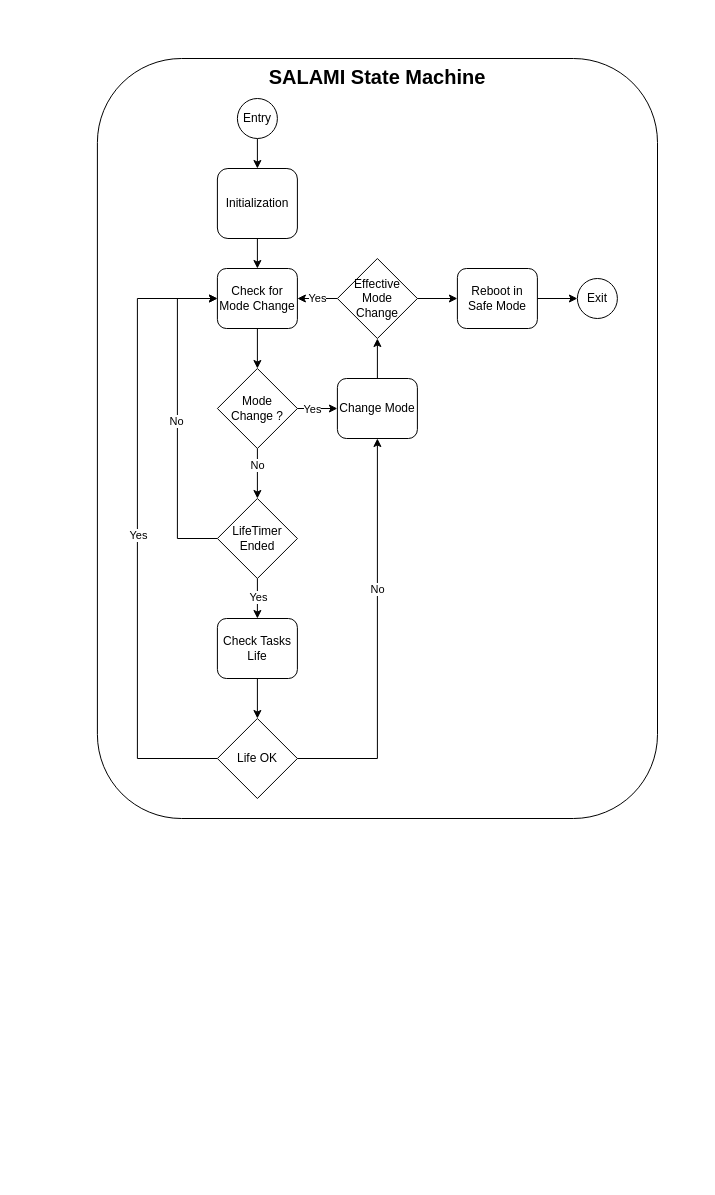
Earlier version of the draw.io diagram doc/images/SALAMI_State_Machine.drawio (TOLOSAT/flight-software). Source tidied: cells renumbered, new cells numbered last; positions are measured from the earlier drawing's top-left corner, leaving out a move shared by most shapes. Both pictures are drawn from the tidied source at 100%, with x=0, y=0 at pixel (97, 58).
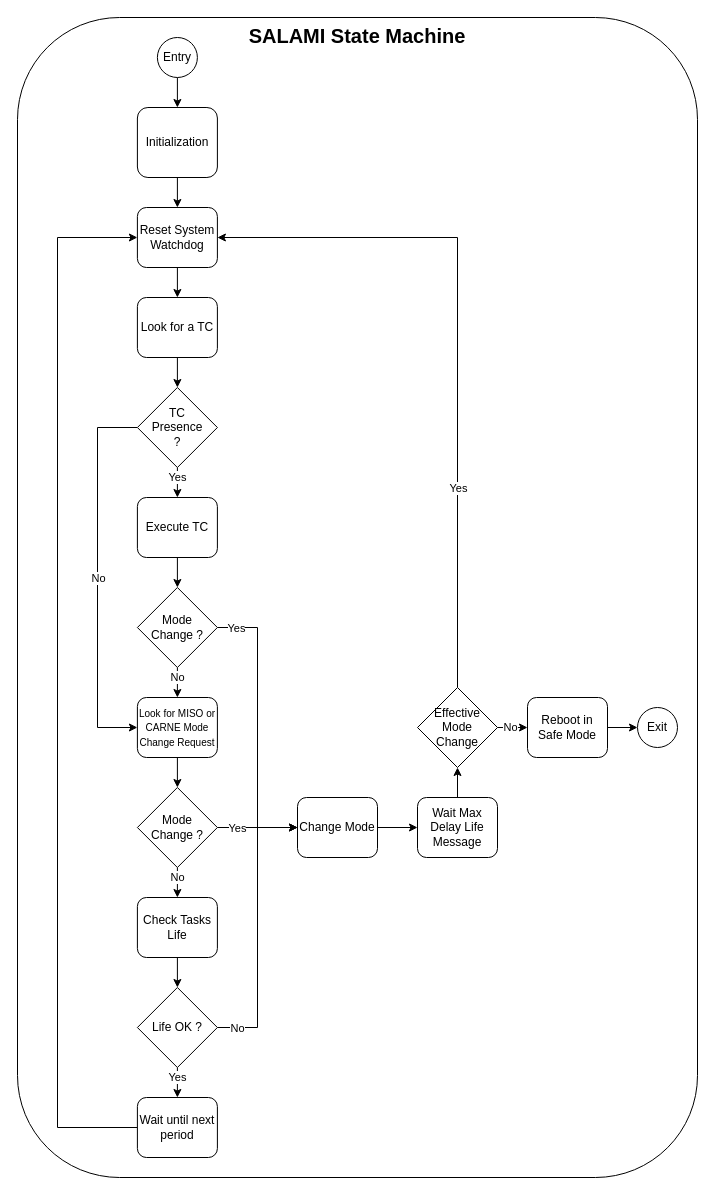
After the change.

Commit message (it also covers changes not shown here):
Add documentation for SALAMI and change life message management

The change refers to these unchanged cells:
```xml
<mxCell id="27" style="edgeStyle=orthogonalEdgeStyle;rounded=0;jettySize=auto;html=1;exitX=1;exitY=0.5;exitDx=0;exitDy=0;entryX=0;entryY=0.5;entryDx=0;entryDy=0;" parent="1" edge="1" source="28" target="30">
  <mxGeometry relative="1" as="geometry" />
</mxCell>
```

Diff of the diagram source:
```diff
@@
     <mxCell id="2" value="&lt;font style=&quot;font-size: 20px;&quot;&gt;&lt;b&gt;SALAMI State Machine&lt;/b&gt;&lt;/font&gt;" style="rounded=1;whiteSpace=wrap;html=1;verticalAlign=top;" parent="1" vertex="1">
-      <mxGeometry x="-0.1" width="560.1" height="760" as="geometry" />
+      <mxGeometry x="-80" y="-41" width="680" height="1160" as="geometry" />
     </mxCell>
-    <mxCell id="3" style="edgeStyle=orthogonalEdgeStyle;rounded=0;jettySize=auto;html=1;exitX=0.5;exitY=1;exitDx=0;exitDy=0;entryX=0.5;entryY=0;entryDx=0;entryDy=0;" parent="1" edge="1" source="4" target="6">
-      <mxGeometry relative="1" as="geometry" />
-    </mxCell>
+    <mxCell id="34" style="edgeStyle=orthogonalEdgeStyle;rounded=0;jettySize=auto;html=1;exitX=0.5;exitY=1;exitDx=0;exitDy=0;entryX=0.5;entryY=0;entryDx=0;entryDy=0;" parent="1" edge="1" source="4" target="41">
+      <mxGeometry relative="1" as="geometry" />
+    </mxCell>
     <mxCell id="4" value="Initialization" style="rounded=1;whiteSpace=wrap;html=1;" parent="1" vertex="1">
-      <mxGeometry x="119.9" y="110" width="80" height="70" as="geometry" />
+      <mxGeometry x="39.9" y="49" width="80" height="70" as="geometry" />
     </mxCell>
-    <mxCell id="5" style="edgeStyle=orthogonalEdgeStyle;rounded=0;jettySize=auto;html=1;exitX=0.5;exitY=1;exitDx=0;exitDy=0;entryX=0.5;entryY=0;entryDx=0;entryDy=0;" parent="1" edge="1" source="6" target="18">
-      <mxGeometry relative="1" as="geometry" />
-    </mxCell>
+    <mxCell id="35" style="edgeStyle=orthogonalEdgeStyle;rounded=0;jettySize=auto;html=1;exitX=0.5;exitY=1;exitDx=0;exitDy=0;entryX=0.5;entryY=0;entryDx=0;entryDy=0;" parent="1" edge="1" source="6" target="51">
+      <mxGeometry relative="1" as="geometry" />
+    </mxCell>
-    <mxCell id="6" value="Check for Mode Change" style="rounded=1;whiteSpace=wrap;html=1;" parent="1" vertex="1">
-      <mxGeometry x="119.9" y="210" width="80" height="60" as="geometry" />
+    <mxCell id="6" value="Execute TC" style="rounded=1;whiteSpace=wrap;html=1;" parent="1" vertex="1">
+      <mxGeometry x="39.9" y="439" width="80" height="60" as="geometry" />
     </mxCell>
-    <mxCell id="7" style="edgeStyle=orthogonalEdgeStyle;rounded=0;jettySize=auto;html=1;exitX=0.5;exitY=1;exitDx=0;exitDy=0;entryX=0.5;entryY=0;entryDx=0;entryDy=0;" parent="1" edge="1" source="8" target="25">
-      <mxGeometry relative="1" as="geometry" />
-    </mxCell>
-    <mxCell id="8" value="Check Tasks Life" style="rounded=1;whiteSpace=wrap;html=1;" parent="1" vertex="1">
-      <mxGeometry x="119.9" y="560" width="80" height="60" as="geometry" />
-    </mxCell>
-    <mxCell id="9" style="edgeStyle=orthogonalEdgeStyle;rounded=0;jettySize=auto;html=1;exitX=0.5;exitY=1;exitDx=0;exitDy=0;entryX=0.5;entryY=0;entryDx=0;entryDy=0;" parent="1" edge="1" source="13" target="8">
-      <mxGeometry relative="1" as="geometry" />
-    </mxCell>
-    <mxCell id="10" value="Yes" style="edgeLabel;html=1;align=center;verticalAlign=middle;" parent="9" vertex="1">
-      <mxGeometry x="-0.1" y="1" relative="1" as="geometry" />
-    </mxCell>
-    <mxCell id="11" style="edgeStyle=orthogonalEdgeStyle;rounded=0;jettySize=auto;html=1;exitX=0;exitY=0.5;exitDx=0;exitDy=0;entryX=0;entryY=0.5;entryDx=0;entryDy=0;" parent="1" edge="1" source="13" target="6">
-      <mxGeometry relative="1" as="geometry">
-        <Array as="points">
-          <mxPoint x="79.9" y="480" />
-          <mxPoint x="79.9" y="240" />
-        </Array>
-      </mxGeometry>
-    </mxCell>
-    <mxCell id="12" value="No" style="edgeLabel;html=1;align=center;verticalAlign=middle;" parent="11" vertex="1">
-      <mxGeometry x="-0.01" y="1" relative="1" as="geometry" />
-    </mxCell>
-    <mxCell id="13" value="&lt;font style=&quot;font-size: 12px;&quot;&gt;LifeTimer&lt;br&gt;Ended&lt;/font&gt;" style="rhombus;whiteSpace=wrap;html=1;" parent="1" vertex="1">
-      <mxGeometry x="119.9" y="440" width="80" height="80" as="geometry" />
-    </mxCell>
-    <mxCell id="14" style="edgeStyle=orthogonalEdgeStyle;rounded=0;jettySize=auto;html=1;exitX=0.5;exitY=1;exitDx=0;exitDy=0;entryX=0.5;entryY=0;entryDx=0;entryDy=0;" parent="1" edge="1" source="18" target="13">
-      <mxGeometry relative="1" as="geometry" />
-    </mxCell>
-    <mxCell id="15" value="No" style="edgeLabel;html=1;align=center;verticalAlign=middle;" parent="14" vertex="1">
-      <mxGeometry x="-0.55" y="1" relative="1" as="geometry">
-        <mxPoint x="-1" y="5" as="offset" />
-      </mxGeometry>
-    </mxCell>
-    <mxCell id="16" style="edgeStyle=orthogonalEdgeStyle;rounded=0;jettySize=auto;html=1;exitX=1;exitY=0.5;exitDx=0;exitDy=0;entryX=0;entryY=0.5;entryDx=0;entryDy=0;" parent="1" edge="1" source="18" target="20">
-      <mxGeometry relative="1" as="geometry" />
-    </mxCell>
-    <mxCell id="17" value="Yes" style="edgeLabel;html=1;align=center;verticalAlign=middle;" parent="16" vertex="1">
-      <mxGeometry x="-0.55" y="-2" relative="1" as="geometry">
-        <mxPoint x="6" y="-2" as="offset" />
-      </mxGeometry>
-    </mxCell>
-    <mxCell id="18" value="Mode &lt;br&gt;Change ?" style="rhombus;whiteSpace=wrap;html=1;" parent="1" vertex="1">
-      <mxGeometry x="119.9" y="310" width="80" height="80" as="geometry" />
-    </mxCell>
-    <mxCell id="19" style="edgeStyle=orthogonalEdgeStyle;rounded=0;jettySize=auto;html=1;exitX=0.5;exitY=0;exitDx=0;exitDy=0;entryX=0.5;entryY=1;entryDx=0;entryDy=0;" parent="1" edge="1" source="20" target="28">
-      <mxGeometry relative="1" as="geometry" />
-    </mxCell>
+    <mxCell id="36" style="edgeStyle=orthogonalEdgeStyle;rounded=0;jettySize=auto;html=1;exitX=1;exitY=0.5;exitDx=0;exitDy=0;entryX=0;entryY=0.5;entryDx=0;entryDy=0;" parent="1" edge="1" source="20" target="66">
+      <mxGeometry relative="1" as="geometry" />
+    </mxCell>
     <mxCell id="20" value="Change Mode" style="rounded=1;whiteSpace=wrap;html=1;" parent="1" vertex="1">
-      <mxGeometry x="239.9" y="320" width="80" height="60" as="geometry" />
+      <mxGeometry x="200" y="739" width="80" height="60" as="geometry" />
     </mxCell>
-    <mxCell id="21" style="edgeStyle=orthogonalEdgeStyle;rounded=0;jettySize=auto;html=1;exitX=1;exitY=0.5;exitDx=0;exitDy=0;entryX=0.5;entryY=1;entryDx=0;entryDy=0;" parent="1" edge="1" source="25" target="20">
-      <mxGeometry relative="1" as="geometry" />
-    </mxCell>
-    <mxCell id="22" value="No" style="edgeLabel;html=1;align=center;verticalAlign=middle;" parent="21" vertex="1">
-      <mxGeometry x="0.25" relative="1" as="geometry" />
-    </mxCell>
-    <mxCell id="23" style="edgeStyle=orthogonalEdgeStyle;rounded=0;jettySize=auto;html=1;exitX=0;exitY=0.5;exitDx=0;exitDy=0;entryX=0;entryY=0.5;entryDx=0;entryDy=0;" parent="1" edge="1" source="25" target="6">
-      <mxGeometry relative="1" as="geometry">
-        <Array as="points">
-          <mxPoint x="39.9" y="700" />
-          <mxPoint x="39.9" y="240" />
-        </Array>
-      </mxGeometry>
-    </mxCell>
-    <mxCell id="24" value="Yes" style="edgeLabel;html=1;align=center;verticalAlign=middle;" parent="23" vertex="1">
-      <mxGeometry x="-0.02" y="-1" relative="1" as="geometry" />
-    </mxCell>
-    <mxCell id="25" value="Life OK" style="rhombus;whiteSpace=wrap;html=1;" parent="1" vertex="1">
-      <mxGeometry x="119.9" y="660" width="80" height="80" as="geometry" />
-    </mxCell>
-    <mxCell id="26" value="Yes" style="edgeStyle=orthogonalEdgeStyle;rounded=0;jettySize=auto;html=1;exitX=0;exitY=0.5;exitDx=0;exitDy=0;" parent="1" edge="1" source="28">
-      <mxGeometry relative="1" as="geometry">
-        <mxPoint x="199.9" y="240" as="targetPoint" />
-      </mxGeometry>
-    </mxCell>
@@
+    <mxCell id="37" value="No" style="edgeLabel;html=1;align=center;verticalAlign=middle;" parent="27" vertex="1">
+      <mxGeometry x="-0.23" y="1" relative="1" as="geometry" />
+    </mxCell>
+    <mxCell id="38" style="edgeStyle=orthogonalEdgeStyle;rounded=0;jettySize=auto;html=1;exitX=0.5;exitY=0;exitDx=0;exitDy=0;entryX=1;entryY=0.5;entryDx=0;entryDy=0;" parent="1" edge="1" source="28" target="41">
+      <mxGeometry relative="1" as="geometry" />
+    </mxCell>
+    <mxCell id="39" value="Yes" style="edgeLabel;html=1;align=center;verticalAlign=middle;" parent="38" vertex="1">
+      <mxGeometry x="-0.41" y="-4" relative="1" as="geometry">
+        <mxPoint x="-4" y="4" as="offset" />
+      </mxGeometry>
+    </mxCell>
     <mxCell id="28" value="Effective Mode &lt;br&gt;Change" style="rhombus;whiteSpace=wrap;html=1;" parent="1" vertex="1">
-      <mxGeometry x="239.9" y="200" width="80" height="80" as="geometry" />
+      <mxGeometry x="320" y="629" width="80" height="80" as="geometry" />
     </mxCell>
@@
     <mxCell id="30" value="Reboot in Safe Mode" style="rounded=1;whiteSpace=wrap;html=1;" parent="1" vertex="1">
-      <mxGeometry x="359.9" y="210" width="80" height="60" as="geometry" />
+      <mxGeometry x="430" y="639" width="80" height="60" as="geometry" />
     </mxCell>
@@
     <mxCell id="32" value="Entry" style="ellipse;whiteSpace=wrap;html=1;" parent="1" vertex="1">
-      <mxGeometry x="139.9" y="40" width="40" height="40" as="geometry" />
+      <mxGeometry x="59.9" y="-21" width="40" height="40" as="geometry" />
     </mxCell>
     <mxCell id="33" value="Exit" style="ellipse;whiteSpace=wrap;html=1;" parent="1" vertex="1">
-      <mxGeometry x="479.9" y="220" width="40" height="40" as="geometry" />
+      <mxGeometry x="540" y="649" width="40" height="40" as="geometry" />
     </mxCell>
+    <mxCell id="40" style="edgeStyle=orthogonalEdgeStyle;rounded=0;jettySize=auto;html=1;exitX=0.5;exitY=1;exitDx=0;exitDy=0;entryX=0.5;entryY=0;entryDx=0;entryDy=0;" parent="1" edge="1" source="41" target="43">
+      <mxGeometry relative="1" as="geometry" />
+    </mxCell>
+    <mxCell id="41" value="Reset System Watchdog" style="rounded=1;whiteSpace=wrap;html=1;" parent="1" vertex="1">
+      <mxGeometry x="39.9" y="149" width="80" height="60" as="geometry" />
+    </mxCell>
+    <mxCell id="42" style="edgeStyle=orthogonalEdgeStyle;rounded=0;jettySize=auto;html=1;exitX=0.5;exitY=1;exitDx=0;exitDy=0;entryX=0.5;entryY=0;entryDx=0;entryDy=0;" parent="1" edge="1" source="43" target="47">
+      <mxGeometry relative="1" as="geometry" />
+    </mxCell>
+    <mxCell id="43" value="Look for a TC" style="rounded=1;whiteSpace=wrap;html=1;" parent="1" vertex="1">
+      <mxGeometry x="39.9" y="239" width="80" height="60" as="geometry" />
+    </mxCell>
+    <mxCell id="44" value="Yes" style="edgeStyle=orthogonalEdgeStyle;rounded=0;jettySize=auto;html=1;exitX=0.5;exitY=1;exitDx=0;exitDy=0;entryX=0.5;entryY=0;entryDx=0;entryDy=0;" parent="1" edge="1" source="47" target="6">
+      <mxGeometry x="-0.33" relative="1" as="geometry" />
+    </mxCell>
+    <mxCell id="45" style="edgeStyle=orthogonalEdgeStyle;rounded=0;jettySize=auto;html=1;exitX=0;exitY=0.5;exitDx=0;exitDy=0;entryX=0;entryY=0.5;entryDx=0;entryDy=0;" parent="1" edge="1" source="47" target="53">
+      <mxGeometry relative="1" as="geometry">
+        <Array as="points">
+          <mxPoint y="369" />
+          <mxPoint y="669" />
+        </Array>
+      </mxGeometry>
+    </mxCell>
+    <mxCell id="46" value="No" style="edgeLabel;html=1;align=center;verticalAlign=middle;" parent="45" vertex="1">
+      <mxGeometry x="-0.59" relative="1" as="geometry">
+        <mxPoint y="112" as="offset" />
+      </mxGeometry>
+    </mxCell>
+    <mxCell id="47" value="TC &lt;br&gt;Presence&lt;br&gt;?" style="rhombus;whiteSpace=wrap;html=1;" parent="1" vertex="1">
+      <mxGeometry x="39.9" y="329" width="80" height="80" as="geometry" />
+    </mxCell>
+    <mxCell id="48" value="No" style="edgeStyle=orthogonalEdgeStyle;rounded=0;jettySize=auto;html=1;exitX=0.5;exitY=1;exitDx=0;exitDy=0;entryX=0.5;entryY=0;entryDx=0;entryDy=0;" parent="1" edge="1" source="51" target="53">
+      <mxGeometry x="-0.33" relative="1" as="geometry" />
+    </mxCell>
+    <mxCell id="49" style="edgeStyle=orthogonalEdgeStyle;rounded=0;jettySize=auto;html=1;exitX=1;exitY=0.5;exitDx=0;exitDy=0;entryX=0;entryY=0.5;entryDx=0;entryDy=0;" parent="1" edge="1" source="51" target="20">
+      <mxGeometry relative="1" as="geometry" />
+    </mxCell>
+    <mxCell id="50" value="Yes" style="edgeLabel;html=1;align=center;verticalAlign=middle;" parent="49" vertex="1">
+      <mxGeometry x="-0.79" y="-1" relative="1" as="geometry">
+        <mxPoint x="-10" y="-1" as="offset" />
+      </mxGeometry>
+    </mxCell>
+    <mxCell id="51" value="Mode &lt;br&gt;Change ?" style="rhombus;whiteSpace=wrap;html=1;" parent="1" vertex="1">
+      <mxGeometry x="39.9" y="529" width="80" height="80" as="geometry" />
+    </mxCell>
+    <mxCell id="52" style="edgeStyle=orthogonalEdgeStyle;rounded=0;jettySize=auto;html=1;exitX=0.5;exitY=1;exitDx=0;exitDy=0;entryX=0.5;entryY=0;entryDx=0;entryDy=0;" parent="1" edge="1" source="53" target="57">
+      <mxGeometry relative="1" as="geometry" />
+    </mxCell>
+    <mxCell id="53" value="&lt;font style=&quot;font-size: 10px;&quot;&gt;Look for MISO or CARNE Mode Change Request&lt;/font&gt;" style="rounded=1;whiteSpace=wrap;html=1;" parent="1" vertex="1">
+      <mxGeometry x="39.9" y="639" width="80" height="60" as="geometry" />
+    </mxCell>
+    <mxCell id="54" value="No" style="edgeStyle=orthogonalEdgeStyle;rounded=0;jettySize=auto;html=1;exitX=0.5;exitY=1;exitDx=0;exitDy=0;entryX=0.5;entryY=0;entryDx=0;entryDy=0;" parent="1" edge="1" source="57" target="8">
+      <mxGeometry x="-0.33" relative="1" as="geometry" />
+    </mxCell>
+    <mxCell id="55" style="edgeStyle=orthogonalEdgeStyle;rounded=0;jettySize=auto;html=1;entryX=0;entryY=0.5;entryDx=0;entryDy=0;" parent="1" edge="1" source="57" target="20">
+      <mxGeometry relative="1" as="geometry" />
+    </mxCell>
+    <mxCell id="56" value="Yes" style="edgeLabel;html=1;align=center;verticalAlign=middle;" parent="55" vertex="1">
+      <mxGeometry x="-0.79" y="-2" relative="1" as="geometry">
+        <mxPoint x="12" y="-2" as="offset" />
+      </mxGeometry>
+    </mxCell>
+    <mxCell id="57" value="Mode &lt;br&gt;Change ?" style="rhombus;whiteSpace=wrap;html=1;" parent="1" vertex="1">
+      <mxGeometry x="39.9" y="729" width="80" height="80" as="geometry" />
+    </mxCell>
+    <mxCell id="58" style="edgeStyle=orthogonalEdgeStyle;rounded=0;jettySize=auto;html=1;exitX=0.5;exitY=1;exitDx=0;exitDy=0;entryX=0.5;entryY=0;entryDx=0;entryDy=0;" parent="1" edge="1" source="8" target="62">
+      <mxGeometry relative="1" as="geometry" />
+    </mxCell>
+    <mxCell id="8" value="Check Tasks Life" style="rounded=1;whiteSpace=wrap;html=1;" parent="1" vertex="1">
+      <mxGeometry x="39.9" y="839" width="80" height="60" as="geometry" />
+    </mxCell>
+    <mxCell id="59" value="Yes" style="edgeStyle=orthogonalEdgeStyle;rounded=0;jettySize=auto;html=1;exitX=0.5;exitY=1;exitDx=0;exitDy=0;entryX=0.5;entryY=0;entryDx=0;entryDy=0;" parent="1" edge="1" source="62" target="64">
+      <mxGeometry x="-0.33" relative="1" as="geometry" />
+    </mxCell>
+    <mxCell id="60" style="edgeStyle=orthogonalEdgeStyle;rounded=0;jettySize=auto;html=1;exitX=1;exitY=0.5;exitDx=0;exitDy=0;entryX=0;entryY=0.5;entryDx=0;entryDy=0;" parent="1" edge="1" source="62" target="20">
+      <mxGeometry relative="1" as="geometry" />
+    </mxCell>
+    <mxCell id="61" value="No" style="edgeLabel;html=1;align=center;verticalAlign=middle;" parent="60" vertex="1">
+      <mxGeometry x="-0.77" y="-1" relative="1" as="geometry">
+        <mxPoint x="-12" y="-1" as="offset" />
+      </mxGeometry>
+    </mxCell>
+    <mxCell id="62" value="Life OK ?" style="rhombus;whiteSpace=wrap;html=1;" parent="1" vertex="1">
+      <mxGeometry x="39.9" y="929" width="80" height="80" as="geometry" />
+    </mxCell>
+    <mxCell id="63" style="edgeStyle=orthogonalEdgeStyle;rounded=0;jettySize=auto;html=1;exitX=0;exitY=0.5;exitDx=0;exitDy=0;entryX=0;entryY=0.5;entryDx=0;entryDy=0;" parent="1" edge="1" source="64" target="41">
+      <mxGeometry relative="1" as="geometry">
+        <Array as="points">
+          <mxPoint x="-40" y="1069" />
+          <mxPoint x="-40" y="179" />
+        </Array>
+      </mxGeometry>
+    </mxCell>
+    <mxCell id="64" value="Wait until next period" style="rounded=1;whiteSpace=wrap;html=1;" parent="1" vertex="1">
+      <mxGeometry x="39.9" y="1039" width="80" height="60" as="geometry" />
+    </mxCell>
+    <mxCell id="65" style="edgeStyle=orthogonalEdgeStyle;rounded=0;jettySize=auto;html=1;exitX=0.5;exitY=0;exitDx=0;exitDy=0;entryX=0.5;entryY=1;entryDx=0;entryDy=0;" parent="1" edge="1" source="66" target="28">
+      <mxGeometry relative="1" as="geometry" />
+    </mxCell>
+    <mxCell id="66" value="Wait Max Delay Life Message" style="rounded=1;whiteSpace=wrap;html=1;" parent="1" vertex="1">
+      <mxGeometry x="320" y="739" width="80" height="60" as="geometry" />
+    </mxCell>
```
